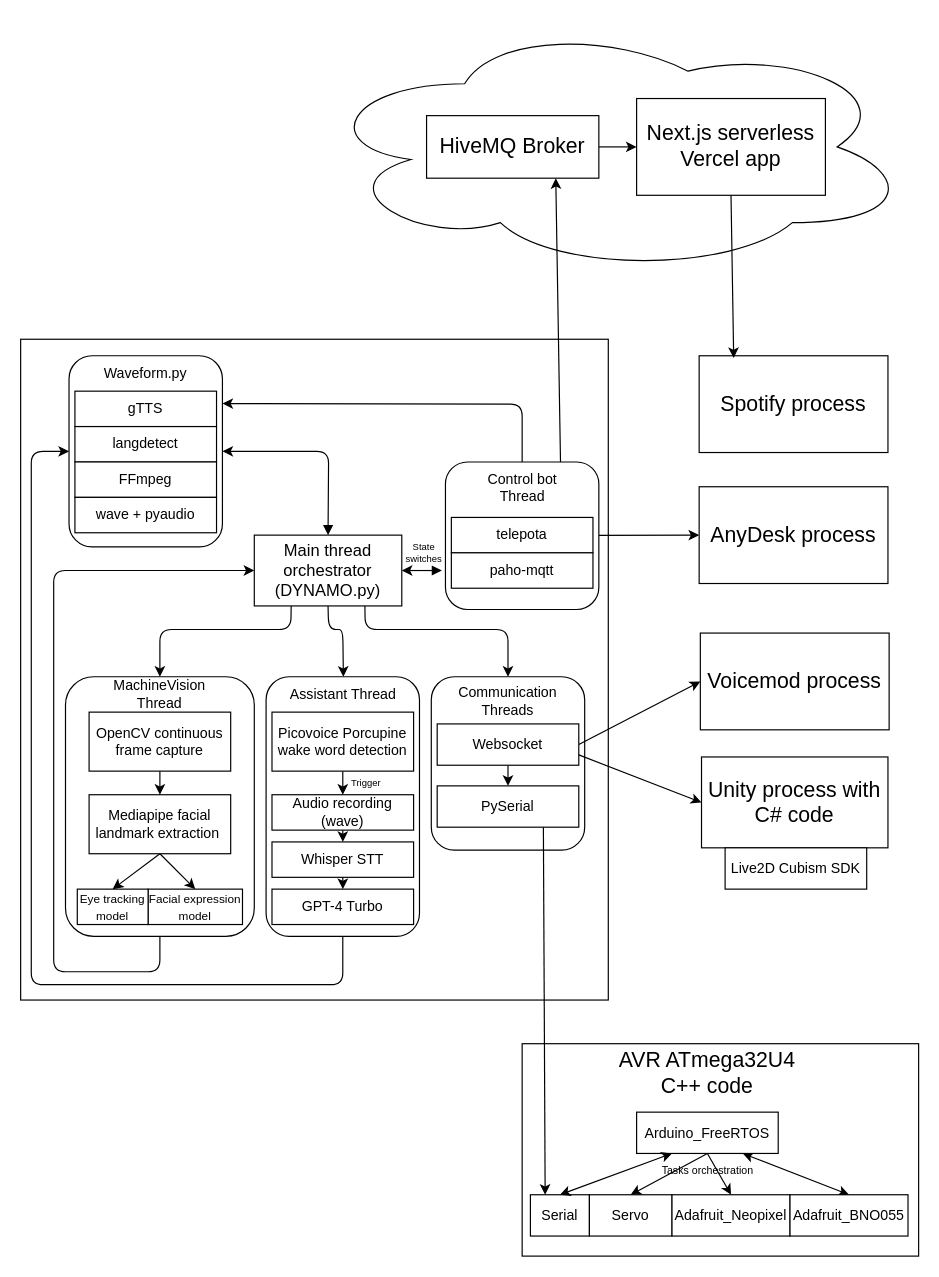
Before: Planning/Software.drawio in MekhyW/DYNAMO-Electronic_Fursuit-2.0, a draw.io diagram. Source tidied: cells renumbered, new cells numbered last; positions are measured from the earlier drawing's top-left corner, leaving out a move shared by most shapes. Both pictures are drawn from the tidied source at 118%, with x=0, y=0 at pixel (20, 20).
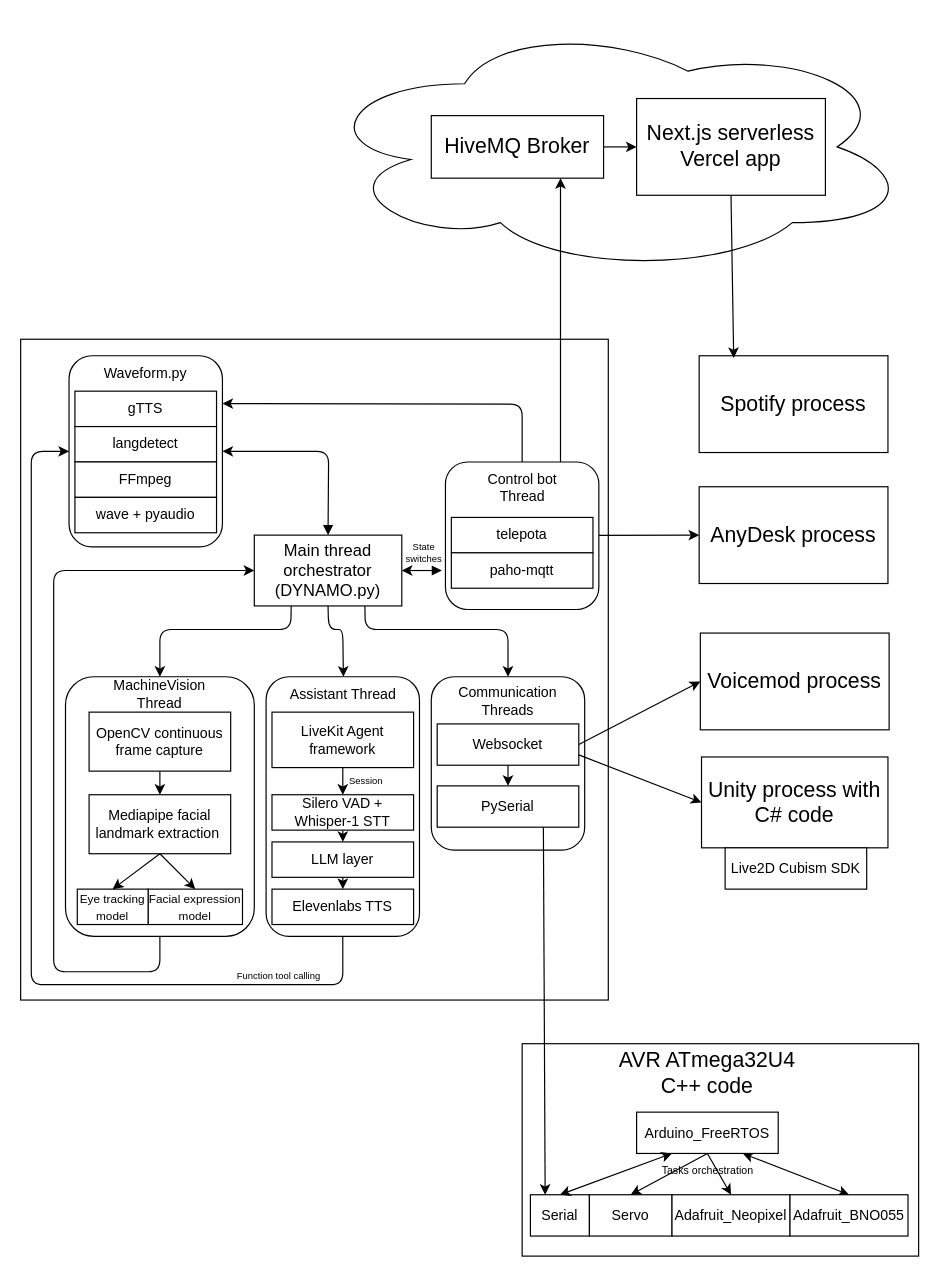
Above is the later version.

What changed in the source:
```diff
@@
-    <mxCell id="25" value="Picovoice Porcupine wake word detection" style="rounded=0;whiteSpace=wrap;html=1;fontSize=12;" parent="1" vertex="1">
-      <mxGeometry x="213" y="586" width="120" height="50" as="geometry" />
+    <mxCell id="25" value="LiveKit Agent framework" style="rounded=0;whiteSpace=wrap;html=1;fontSize=12;" parent="1" vertex="1">
+      <mxGeometry x="213" y="586" width="120" height="47" as="geometry" />
     </mxCell>
@@
-    <mxCell id="27" value="Audio recording (wave)" style="rounded=0;whiteSpace=wrap;html=1;fontSize=12;" parent="1" vertex="1">
+    <mxCell id="27" value="Silero VAD + Whisper-1 STT" style="rounded=0;whiteSpace=wrap;html=1;fontSize=12;" parent="1" vertex="1">
       <mxGeometry x="213" y="656" width="120" height="30" as="geometry" />
     </mxCell>
-    <mxCell id="28" value="&lt;span style=&quot;font-size: 8px;&quot;&gt;Trigger&lt;/span&gt;" style="text;html=1;strokeColor=none;fillColor=none;align=center;verticalAlign=middle;whiteSpace=wrap;rounded=0;fontSize=4;" parent="1" vertex="1">
-      <mxGeometry x="268" y="631" width="50" height="30" as="geometry" />
+    <mxCell id="28" value="&lt;span style=&quot;font-size: 8px;&quot;&gt;Session&lt;/span&gt;" style="text;html=1;strokeColor=none;fillColor=none;align=center;verticalAlign=middle;whiteSpace=wrap;rounded=0;fontSize=4;" parent="1" vertex="1">
+      <mxGeometry x="268" y="629" width="50" height="30" as="geometry" />
     </mxCell>
@@
-    <mxCell id="30" value="Whisper STT" style="rounded=0;whiteSpace=wrap;html=1;fontSize=12;" parent="1" vertex="1">
+    <mxCell id="30" value="LLM layer" style="rounded=0;whiteSpace=wrap;html=1;fontSize=12;" parent="1" vertex="1">
       <mxGeometry x="213" y="696" width="120" height="30" as="geometry" />
     </mxCell>
-    <mxCell id="31" value="GPT-4 Turbo" style="rounded=0;whiteSpace=wrap;html=1;fontSize=12;" parent="1" vertex="1">
+    <mxCell id="31" value="Elevenlabs TTS" style="rounded=0;whiteSpace=wrap;html=1;fontSize=12;" parent="1" vertex="1">
       <mxGeometry x="213" y="736" width="120" height="30" as="geometry" />
     </mxCell>
@@
     <mxCell id="70" value="&lt;font style=&quot;font-size: 18px;&quot;&gt;HiveMQ Broker&lt;/font&gt;" style="rounded=0;whiteSpace=wrap;html=1;" parent="1" vertex="1">
-      <mxGeometry x="344" y="80.5" width="146" height="53" as="geometry" />
+      <mxGeometry x="348" y="80.5" width="146" height="53" as="geometry" />
     </mxCell>
@@
+    <mxCell id="74" value="&lt;span style=&quot;font-size: 8px;&quot;&gt;Function tool calling&lt;/span&gt;" style="text;html=1;strokeColor=none;fillColor=none;align=center;verticalAlign=middle;whiteSpace=wrap;rounded=0;fontSize=4;" parent="1" vertex="1">
+      <mxGeometry x="175" y="795" width="88" height="30" as="geometry" />
+    </mxCell>
```
